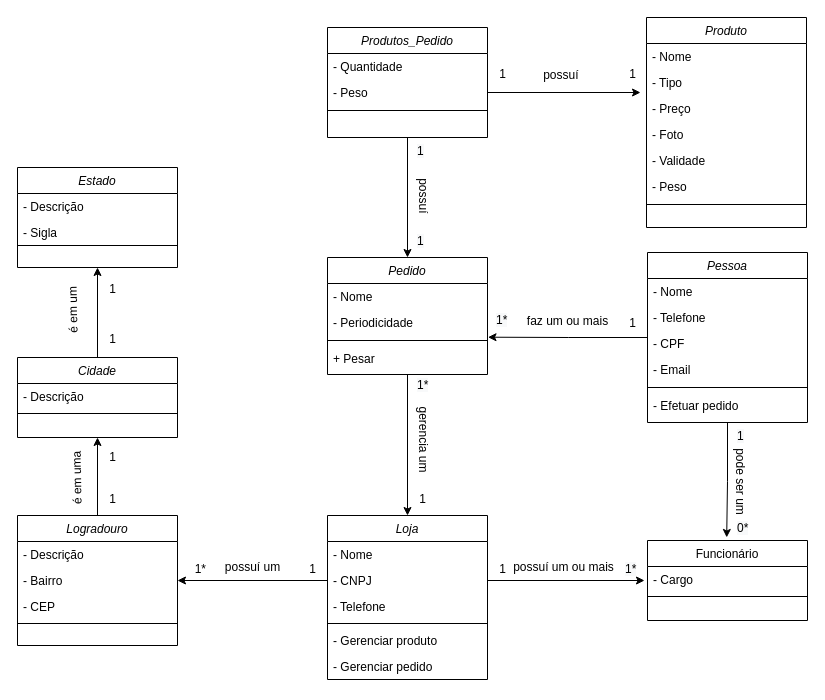
This is documentation/Diagrama de Objetos.drawio from leoconceicao/Fair, a draw.io file, before an edit. Source tidied: cells renumbered, new cells numbered last; positions are measured from the earlier drawing's top-left corner, leaving out a move shared by most shapes. Both pictures are drawn from the tidied source at 100%, with x=0, y=0 at pixel (17, 17).
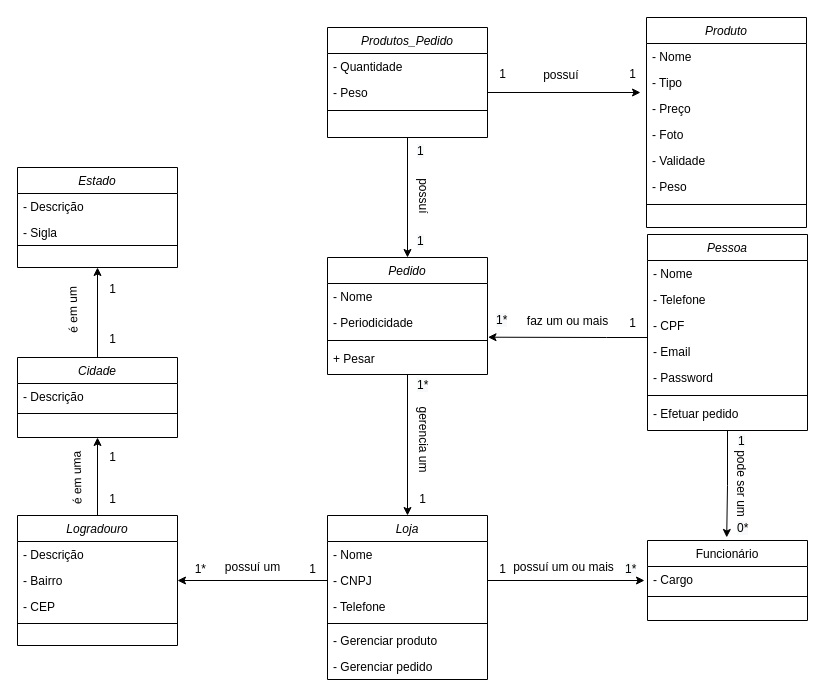
Above is the later version.

Commit message (it also covers changes not shown here):
Add Password to Pessoa

Diff of the diagram source:
```diff
@@
     <mxCell id="3" style="edgeStyle=orthogonalEdgeStyle;rounded=0;jettySize=auto;html=1;" parent="1" edge="1" source="4">
       <mxGeometry relative="1" as="geometry">
         <mxPoint x="470.5" y="319.7" as="targetPoint" />
+        <Array as="points">
+          <mxPoint x="589" y="320" />
+          <mxPoint x="589" y="320" />
+        </Array>
       </mxGeometry>
     </mxCell>
     <mxCell id="4" value="Pessoa" style="swimlane;fontStyle=2;align=center;verticalAlign=top;horizontal=1;startSize=26;rounded=0;shadow=0;strokeWidth=1;" parent="1" vertex="1">
-      <mxGeometry x="630" y="235" width="160" height="170" as="geometry" />
+      <mxGeometry x="630" y="217" width="160" height="196" as="geometry" />
     </mxCell>
@@
+    <mxCell id="84" value="- Password" style="text;align=left;verticalAlign=top;spacingLeft=4;spacingRight=4;overflow=hidden;rounded=0;shadow=0;html=0;" parent="4" vertex="1">
+      <mxGeometry y="130" width="160" height="26" as="geometry" />
+    </mxCell>
     <mxCell id="9" style="line;html=1;strokeWidth=1;align=left;verticalAlign=middle;spacingTop=-1;spacingLeft=3;spacingRight=3;labelPosition=right;" parent="4" vertex="1">
-      <mxGeometry y="130" width="160" height="10" as="geometry" />
+      <mxGeometry y="156" width="160" height="10" as="geometry" />
     </mxCell>
     <mxCell id="10" value="- Efetuar pedido" style="text;align=left;verticalAlign=top;spacingLeft=4;spacingRight=4;overflow=hidden;rounded=0;shadow=0;html=0;" parent="4" vertex="1">
-      <mxGeometry y="140" width="160" height="30" as="geometry" />
+      <mxGeometry y="166" width="160" height="30" as="geometry" />
     </mxCell>
@@
     <mxCell id="50" value="&lt;span style=&quot;color: rgb(0, 0, 0); font-family: helvetica; font-size: 12px; font-style: normal; font-weight: 400; letter-spacing: normal; text-align: right; text-indent: 0px; text-transform: none; word-spacing: 0px; background-color: rgb(248, 249, 250); display: inline; float: none;&quot;&gt;1&lt;/span&gt;" style="text;whiteSpace=wrap;html=1;" parent="1" vertex="1">
-      <mxGeometry x="718" y="405" width="30" height="30" as="geometry" />
+      <mxGeometry x="719" y="410" width="30" height="30" as="geometry" />
     </mxCell>
     <mxCell id="51" value="pode ser um" style="text;html=1;align=center;verticalAlign=middle;strokeColor=none;fillColor=none;rotation=90;" parent="1" vertex="1">
-      <mxGeometry x="683" y="454" width="80" height="20" as="geometry" />
+      <mxGeometry x="684" y="456" width="80" height="20" as="geometry" />
     </mxCell>
```
